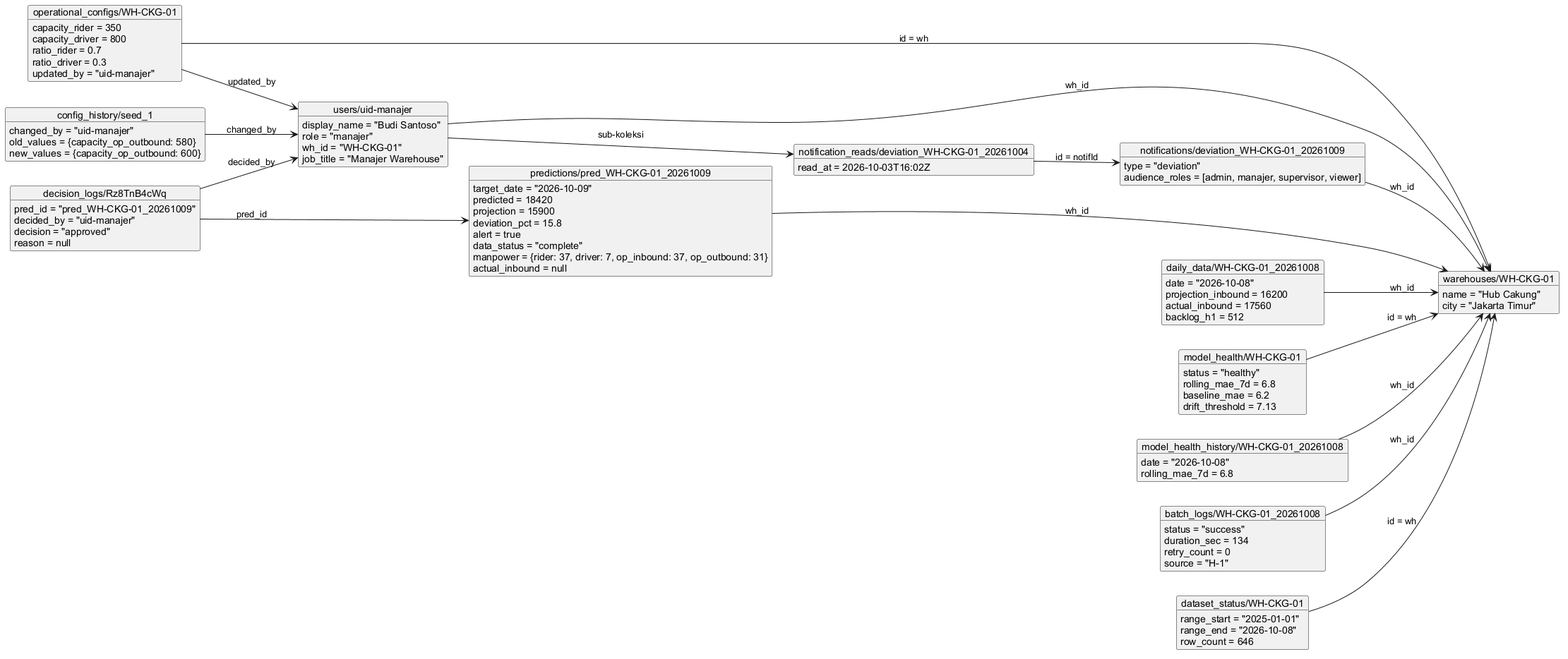
The PlantUML diagram docs/img/db_object.png in ILY-Code-1/Flutter-RandomForest-Wipas, before a commit. Source of this version:
```plantuml
@startuml db_object
skinparam defaultFontName Arial
skinparam shadowing false
left to right direction
object "warehouses/WH-CKG-01" as w {
  name = "Hub Cakung"
  city = "Jakarta Timur"
}
object "users/uid-manajer" as u {
  display_name = "Budi Santoso"
  role = "manajer"
  wh_id = "WH-CKG-01"
  job_title = "Manajer Warehouse"
}
object "notification_reads/deviation_WH-CKG-01_20261004" as nr {
  read_at = 2026-10-03T16:02Z
}
object "daily_data/WH-CKG-01_20261008" as d {
  date = "2026-10-08"
  projection_inbound = 16200
  actual_inbound = 17560
  backlog_h1 = 512
}
object "predictions/pred_WH-CKG-01_20261009" as p {
  target_date = "2026-10-09"
  predicted = 18420
  projection = 15900
  deviation_pct = 15.8
  alert = true
  data_status = "complete"
  manpower = {rider: 37, driver: 7, op_inbound: 37, op_outbound: 31}
  actual_inbound = null
}
object "operational_configs/WH-CKG-01" as c {
  capacity_rider = 350
  capacity_driver = 800
  ratio_rider = 0.7
  ratio_driver = 0.3
  updated_by = "uid-manajer"
}
object "config_history/seed_1" as h {
  changed_by = "uid-manajer"
  old_values = {capacity_op_outbound: 580}
  new_values = {capacity_op_outbound: 600}
}
object "decision_logs/Rz8TnB4cWq" as dl {
  pred_id = "pred_WH-CKG-01_20261009"
  decided_by = "uid-manajer"
  decision = "approved"
  reason = null
}
object "model_health/WH-CKG-01" as mh {
  status = "healthy"
  rolling_mae_7d = 6.8
  baseline_mae = 6.2
  drift_threshold = 7.13
}
object "model_health_history/WH-CKG-01_20261008" as mhh {
  date = "2026-10-08"
  rolling_mae_7d = 6.8
}
object "batch_logs/WH-CKG-01_20261008" as b {
  status = "success"
  duration_sec = 134
  retry_count = 0
  source = "H-1"
}
object "dataset_status/WH-CKG-01" as ds {
  range_start = "2025-01-01"
  range_end = "2026-10-08"
  row_count = 646
}
object "notifications/deviation_WH-CKG-01_20261009" as n {
  type = "deviation"
  audience_roles = [admin, manajer, supervisor, viewer]
}
u --> w : wh_id
p --> w : wh_id
d --> w : wh_id
c --> w : id = wh
c --> u : updated_by
h --> u : changed_by
dl --> p : pred_id
dl --> u : decided_by
mh --> w : id = wh
mhh --> w : wh_id
b --> w : wh_id
ds --> w : id = wh
n --> w : wh_id
u --> nr : sub-koleksi
nr --> n : id = notifId
@enduml
```
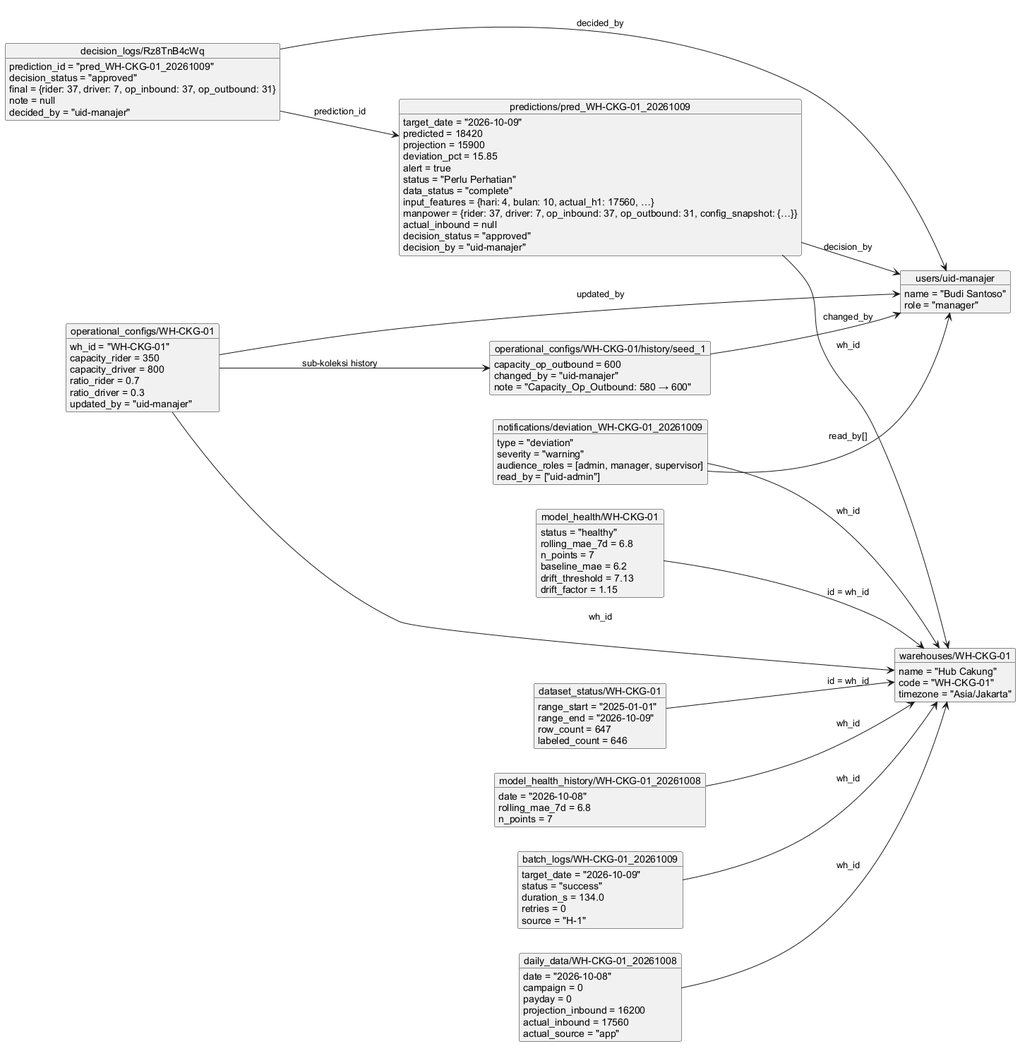
After the commit.

The edit, as a diff of the source:
```diff
@@ -4,89 +4,100 @@
 left to right direction
 object "warehouses/WH-CKG-01" as w {
   name = "Hub Cakung"
-  city = "Jakarta Timur"
+  code = "WH-CKG-01"
+  timezone = "Asia/Jakarta"
 }
 object "users/uid-manajer" as u {
-  display_name = "Budi Santoso"
-  role = "manajer"
-  wh_id = "WH-CKG-01"
-  job_title = "Manajer Warehouse"
-}
-object "notification_reads/deviation_WH-CKG-01_20261004" as nr {
-  read_at = 2026-10-03T16:02Z
+  name = "Budi Santoso"
+  role = "manager"
 }
 object "daily_data/WH-CKG-01_20261008" as d {
   date = "2026-10-08"
+  campaign = 0
+  payday = 0
   projection_inbound = 16200
   actual_inbound = 17560
-  backlog_h1 = 512
+  actual_source = "app"
 }
 object "predictions/pred_WH-CKG-01_20261009" as p {
   target_date = "2026-10-09"
   predicted = 18420
   projection = 15900
-  deviation_pct = 15.8
+  deviation_pct = 15.85
   alert = true
+  status = "Perlu Perhatian"
   data_status = "complete"
-  manpower = {rider: 37, driver: 7, op_inbound: 37, op_outbound: 31}
+  input_features = {hari: 4, bulan: 10, actual_h1: 17560, …}
+  manpower = {rider: 37, driver: 7, op_inbound: 37, op_outbound: 31, config_snapshot: {…}}
   actual_inbound = null
+  decision_status = "approved"
+  decision_by = "uid-manajer"
 }
 object "operational_configs/WH-CKG-01" as c {
+  wh_id = "WH-CKG-01"
   capacity_rider = 350
   capacity_driver = 800
   ratio_rider = 0.7
   ratio_driver = 0.3
   updated_by = "uid-manajer"
 }
-object "config_history/seed_1" as h {
+object "operational_configs/WH-CKG-01/history/seed_1" as h {
+  capacity_op_outbound = 600
   changed_by = "uid-manajer"
-  old_values = {capacity_op_outbound: 580}
-  new_values = {capacity_op_outbound: 600}
+  note = "Capacity_Op_Outbound: 580 → 600"
 }
 object "decision_logs/Rz8TnB4cWq" as dl {
-  pred_id = "pred_WH-CKG-01_20261009"
+  prediction_id = "pred_WH-CKG-01_20261009"
+  decision_status = "approved"
+  final = {rider: 37, driver: 7, op_inbound: 37, op_outbound: 31}
+  note = null
   decided_by = "uid-manajer"
-  decision = "approved"
-  reason = null
 }
 object "model_health/WH-CKG-01" as mh {
   status = "healthy"
   rolling_mae_7d = 6.8
+  n_points = 7
   baseline_mae = 6.2
   drift_threshold = 7.13
+  drift_factor = 1.15
 }
 object "model_health_history/WH-CKG-01_20261008" as mhh {
   date = "2026-10-08"
   rolling_mae_7d = 6.8
+  n_points = 7
 }
-object "batch_logs/WH-CKG-01_20261008" as b {
+object "batch_logs/WH-CKG-01_20261009" as b {
+  target_date = "2026-10-09"
   status = "success"
-  duration_sec = 134
-  retry_count = 0
+  duration_s = 134.0
+  retries = 0
   source = "H-1"
 }
 object "dataset_status/WH-CKG-01" as ds {
   range_start = "2025-01-01"
-  range_end = "2026-10-08"
-  row_count = 646
+  range_end = "2026-10-09"
+  row_count = 647
+  labeled_count = 646
 }
 object "notifications/deviation_WH-CKG-01_20261009" as n {
   type = "deviation"
-  audience_roles = [admin, manajer, supervisor, viewer]
+  severity = "warning"
+  audience_roles = [admin, manager, supervisor]
+  read_by = ["uid-admin"]
 }
-u --> w : wh_id
 p --> w : wh_id
 d --> w : wh_id
-c --> w : id = wh
+c --> w : wh_id
+c --> h : sub-koleksi history
 c --> u : updated_by
 h --> u : changed_by
-dl --> p : pred_id
+dl --> p : prediction_id
 dl --> u : decided_by
-mh --> w : id = wh
+p --> u : decision_by
+mh --> w : id = wh_id
 mhh --> w : wh_id
 b --> w : wh_id
-ds --> w : id = wh
+ds --> w : id = wh_id
 n --> w : wh_id
-u --> nr : sub-koleksi
-nr --> n : id = notifId
+n --> u : read_by[]
 @enduml
```
